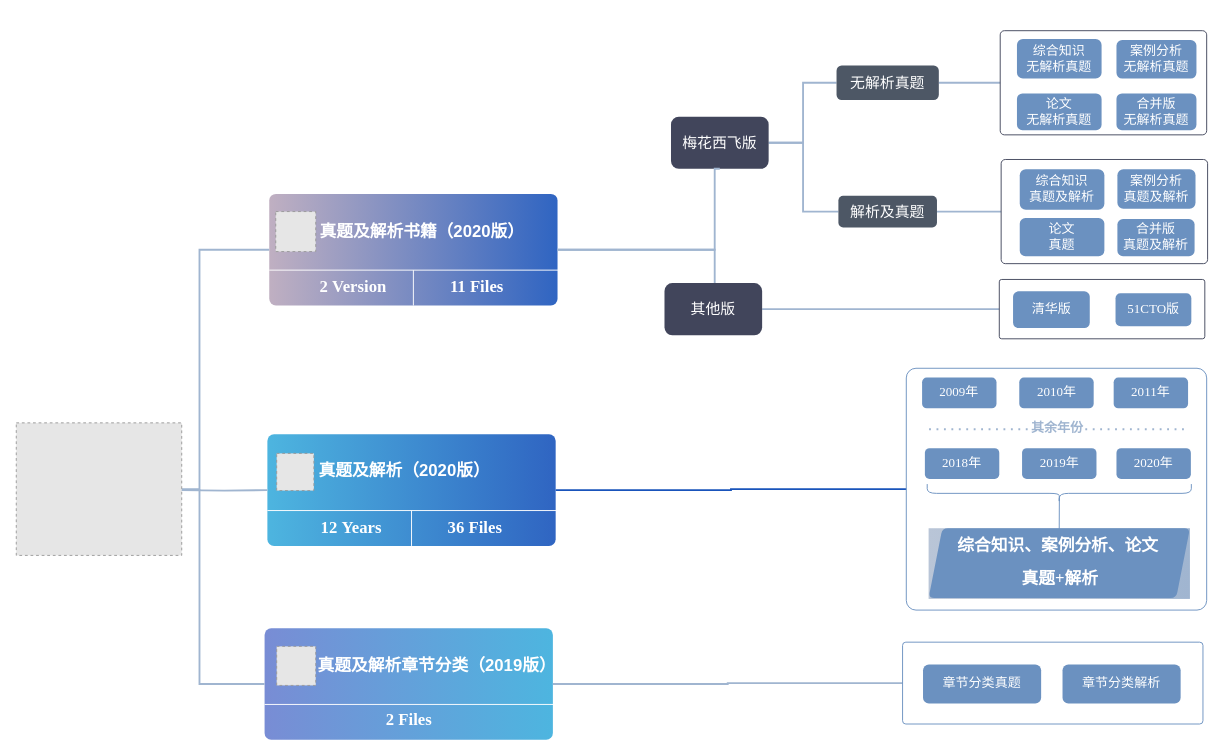
Betterchildren/system_architect keeps this draw.io diagram as 项目图片/years.drawio. Above is the earlier version. Source tidied: cells renumbered, new cells numbered last; positions are measured from the earlier drawing's top-left corner, leaving out a move shared by most shapes. Both pictures are drawn from the tidied source at 93%, with x=0, y=0 at pixel (16, 31). Pictures stored in the file or linked from it are replaced by grey dashed boxes.
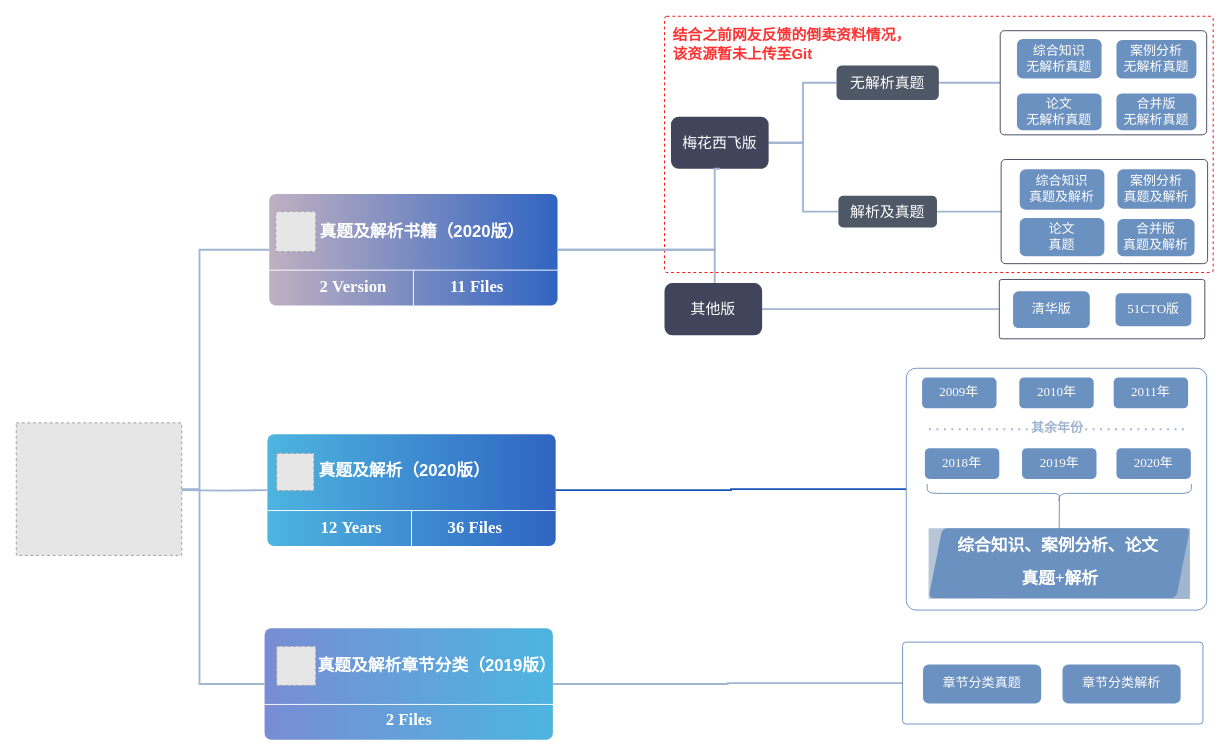
Above is the later version.

Change to the diagram source:
```diff
@@
+    <mxCell id="77" style="rounded=1;whiteSpace=wrap;html=1;dashed=1;arcSize=5;absoluteArcSize=1;strokeColor=#FF0000;" parent="1" vertex="1">
+      <mxGeometry x="697" y="-16" width="590" height="275.5" as="geometry" />
+    </mxCell>
@@
+    <mxCell id="78" value="&lt;font style=&quot;font-size: 16px&quot; color=&quot;#ff3333&quot;&gt;&lt;b&gt;结合之前网友反馈的倒卖资料情况，&lt;br&gt;该资源暂未上传至Git&lt;/b&gt;&lt;/font&gt;" style="text;html=1;align=left;verticalAlign=middle;fillColor=none;strokeColor=none;rounded=0;dashed=1;fontSize=16;" parent="1" vertex="1">
+      <mxGeometry x="704" y="-6" width="270" height="40" as="geometry" />
+    </mxCell>
```
